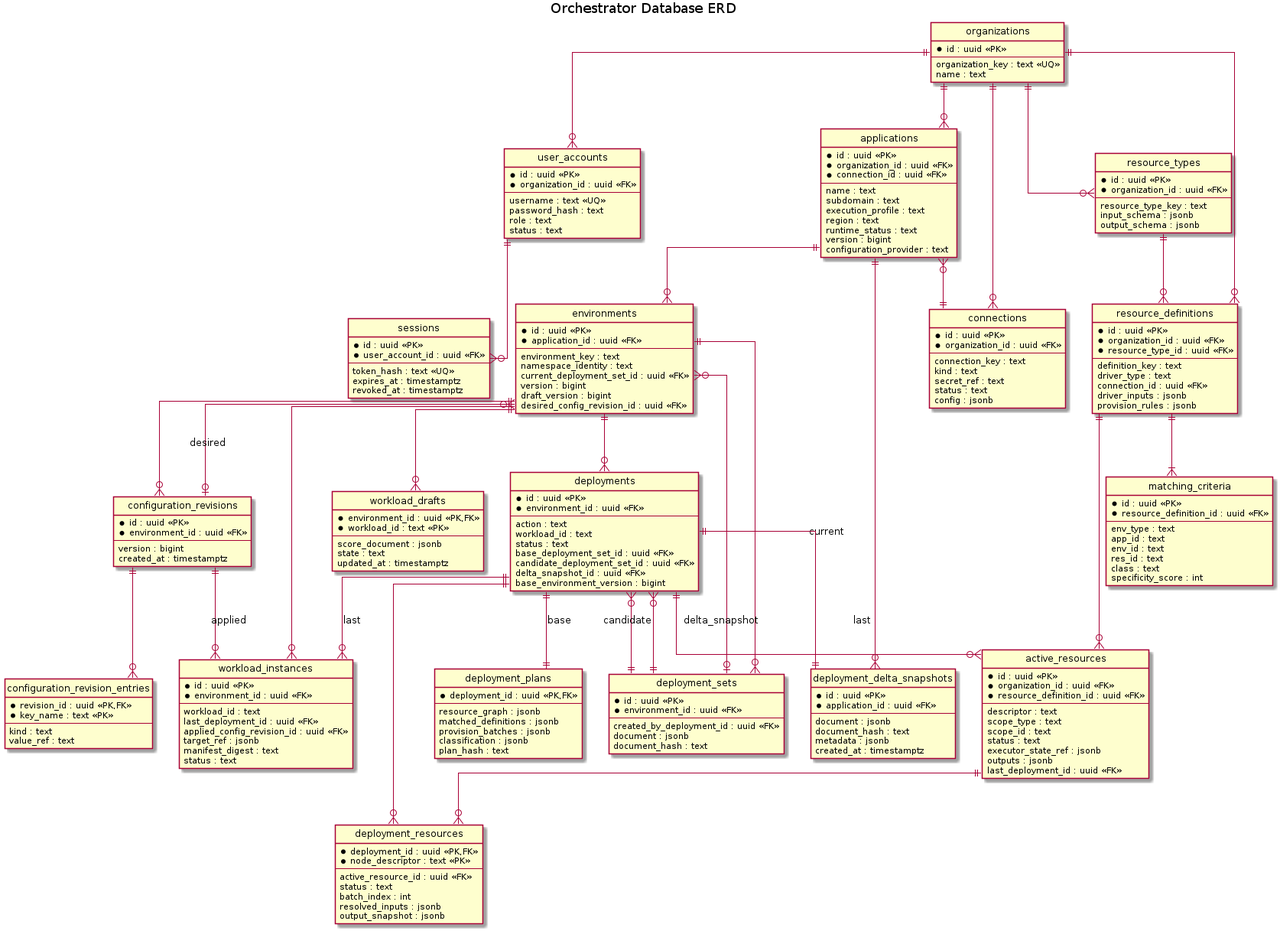
This is orchestrator_docs/architecture/database/erd.png from pr3s3nt/poc, a PlantUML export, as it was before one commit. Its source is kept beside it as orchestrator_docs/architecture/database/erd.puml. Its diagram source:
```plantuml
@startuml
title Orchestrator Database ERD
hide circle
skinparam linetype ortho

entity organizations {
  * id : uuid <<PK>>
  --
  organization_key : text <<UQ>>
  name : text
}
entity user_accounts {
  * id : uuid <<PK>>
  * organization_id : uuid <<FK>>
  --
  username : text <<UQ>>
  password_hash : text
  role : text
  status : text
}
entity sessions {
  * id : uuid <<PK>>
  * user_account_id : uuid <<FK>>
  --
  token_hash : text <<UQ>>
  expires_at : timestamptz
  revoked_at : timestamptz
}
entity connections {
  * id : uuid <<PK>>
  * organization_id : uuid <<FK>>
  --
  connection_key : text
  kind : text
  secret_ref : text
  status : text
  config : jsonb
}
entity applications {
  * id : uuid <<PK>>
  * organization_id : uuid <<FK>>
  * connection_id : uuid <<FK>>
  --
  name : text
  subdomain : text
  execution_profile : text
  region : text
  runtime_status : text
  version : bigint
  configuration_provider : text
}
entity environments {
  * id : uuid <<PK>>
  * application_id : uuid <<FK>>
  --
  environment_key : text
  namespace_identity : text
  current_deployment_set_id : uuid <<FK>>
  version : bigint
  draft_version : bigint
  public_routes_pending : boolean
  desired_config_revision_id : uuid <<FK>>
}
entity configuration_revisions {
  * id : uuid <<PK>>
  * environment_id : uuid <<FK>>
  --
  version : bigint
  created_at : timestamptz
}
entity configuration_revision_entries {
  * revision_id : uuid <<PK,FK>>
  * key_name : text <<PK>>
  --
  kind : text
  value_ref : text
}
entity workload_drafts {
  * environment_id : uuid <<PK,FK>>
  * workload_id : text <<PK>>
  --
  score_document : jsonb
  state : text
  updated_at : timestamptz
}
entity resource_types {
  * id : uuid <<PK>>
  * organization_id : uuid <<FK>>
  --
  resource_type_key : text
  input_schema : jsonb
  output_schema : jsonb
}
entity resource_definitions {
  * id : uuid <<PK>>
  * organization_id : uuid <<FK>>
  * resource_type_id : uuid <<FK>>
  --
  definition_key : text
  driver_type : text
  connection_id : uuid <<FK>>
  driver_inputs : jsonb
  provision_rules : jsonb
}
entity matching_criteria {
  * id : uuid <<PK>>
  * resource_definition_id : uuid <<FK>>
  --
  env_type : text
  app_id : text
  env_id : text
  res_id : text
  class : text
  specificity_score : int
}
entity deployment_sets {
  * id : uuid <<PK>>
  * environment_id : uuid <<FK>>
  --
  created_by_deployment_id : uuid <<FK>>
  document : jsonb
  document_hash : text
}
entity deployment_delta_snapshots {
  * id : uuid <<PK>>
  * application_id : uuid <<FK>>
  --
  document : jsonb
  document_hash : text
  metadata : jsonb
  created_at : timestamptz
}
entity deployments {
  * id : uuid <<PK>>
  * environment_id : uuid <<FK>>
  --
  action : text
  workload_id : text
  status : text
  base_deployment_set_id : uuid <<FK>>
  candidate_deployment_set_id : uuid <<FK>>
  delta_snapshot_id : uuid <<FK>>
  base_environment_version : bigint
}
entity deployment_plans {
  * deployment_id : uuid <<PK,FK>>
  --
  resource_graph : jsonb
  matched_definitions : jsonb
  provision_batches : jsonb
  classification : jsonb
  plan_hash : text
}
entity active_resources {
  * id : uuid <<PK>>
  * organization_id : uuid <<FK>>
  * resource_definition_id : uuid <<FK>>
  --
  descriptor : text
  scope_type : text
  scope_id : text
  status : text
  executor_state_ref : jsonb
  outputs : jsonb
  last_deployment_id : uuid <<FK>>
}
entity deployment_resources {
  * deployment_id : uuid <<PK,FK>>
  * node_descriptor : text <<PK>>
  --
  active_resource_id : uuid <<FK>>
  status : text
  batch_index : int
  resolved_inputs : jsonb
  output_snapshot : jsonb
}
entity workload_instances {
  * id : uuid <<PK>>
  * environment_id : uuid <<FK>>
  --
  workload_id : text
  last_deployment_id : uuid <<FK>>
  applied_config_revision_id : uuid <<FK>>
  target_ref : jsonb
  manifest_digest : text
  status : text
}

organizations ||--o{ connections
organizations ||--o{ user_accounts
user_accounts ||--o{ sessions
organizations ||--o{ applications
organizations ||--o{ resource_types
organizations ||--o{ resource_definitions
applications }o--|| connections
applications ||--o{ environments
applications ||--o{ deployment_delta_snapshots
environments ||--o{ deployment_sets
environments ||--o{ deployments
environments ||--o{ workload_instances
environments ||--o{ configuration_revisions
environments ||--o{ workload_drafts
environments }o--o| configuration_revisions : desired
configuration_revisions ||--o{ configuration_revision_entries
configuration_revisions ||--o{ workload_instances : applied
environments }o--o| deployment_sets : current
resource_types ||--o{ resource_definitions
resource_definitions ||--|{ matching_criteria
deployments ||--|| deployment_plans
deployments }o--|| deployment_sets : base
deployments }o--|| deployment_sets : candidate
deployments ||--|| deployment_delta_snapshots : delta_snapshot
deployments ||--o{ deployment_resources
resource_definitions ||--o{ active_resources
active_resources ||--o{ deployment_resources
deployments ||--o{ active_resources : last
deployments ||--o{ workload_instances : last
@enduml
```
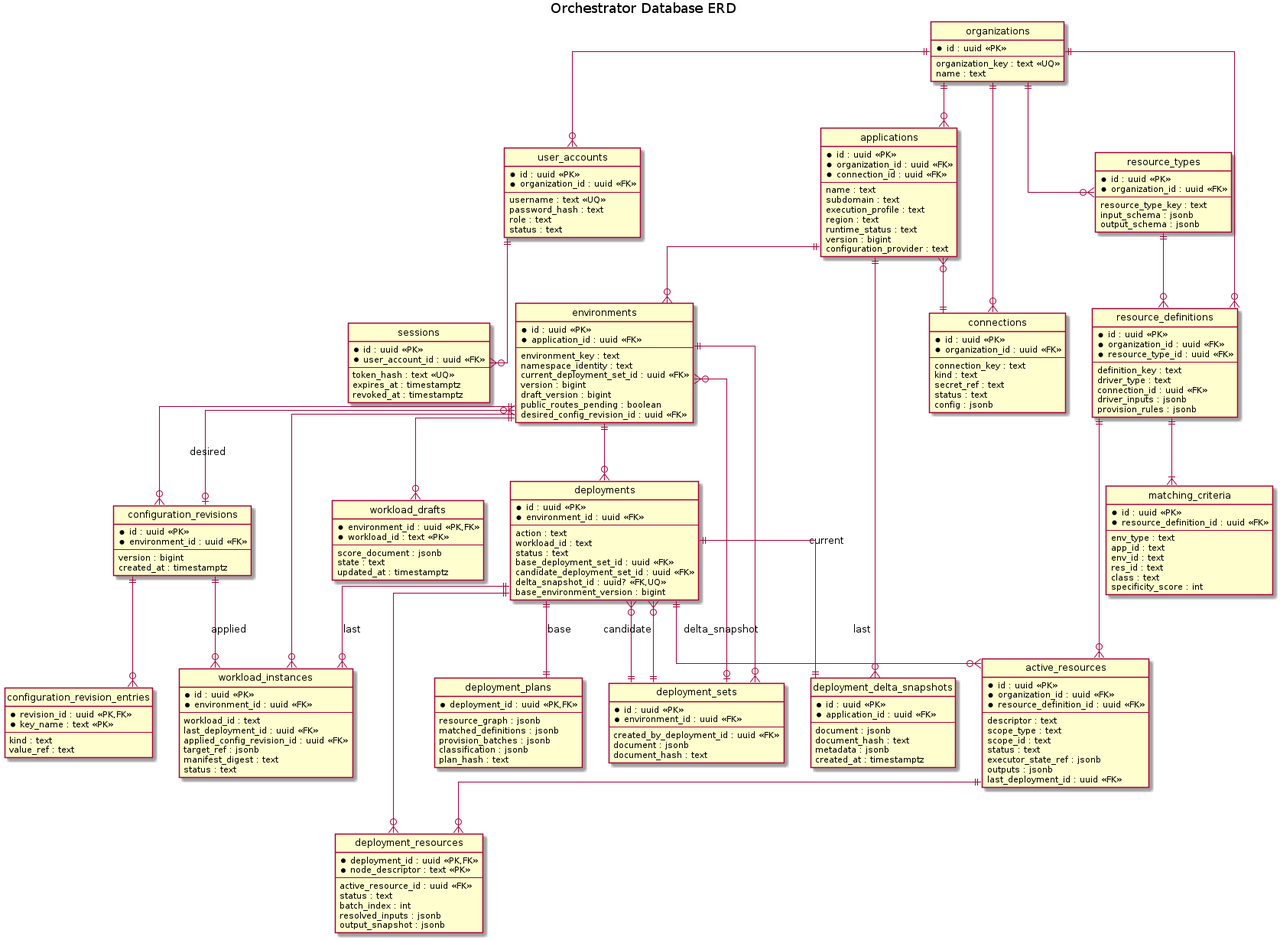
The same diagram one commit later.

Diff of the diagram source:
```diff
@@ -139,7 +139,7 @@
   status : text
   base_deployment_set_id : uuid <<FK>>
   candidate_deployment_set_id : uuid <<FK>>
-  delta_snapshot_id : uuid <<FK>>
+  delta_snapshot_id : uuid? <<FK,UQ>>
   base_environment_version : bigint
 }
 entity deployment_plans {
```
